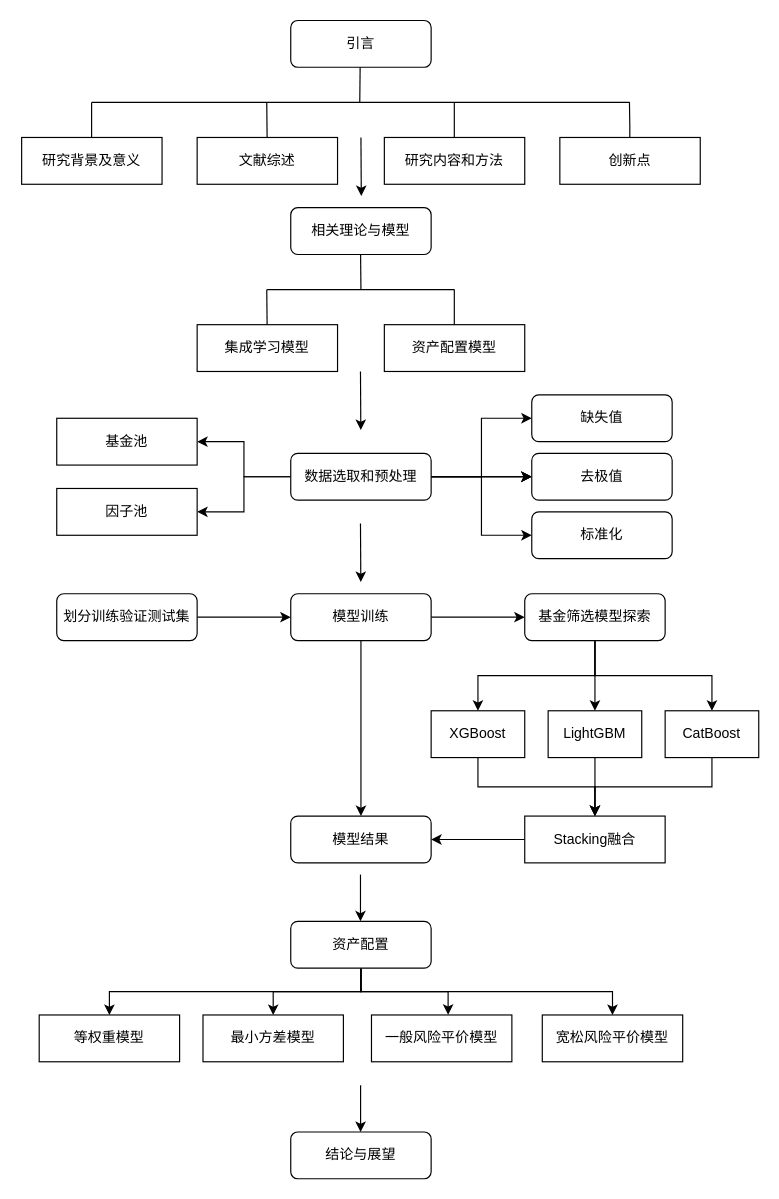
bxf9812/learngit keeps this draw.io diagram as 未命名绘图.drawio. Above is the earlier version. Source tidied: cells renumbered, new cells numbered last; positions are measured from the earlier drawing's top-left corner, leaving out a move shared by most shapes. Both pictures are drawn from the tidied source at 117%, with x=0, y=0 at pixel (21, 20).
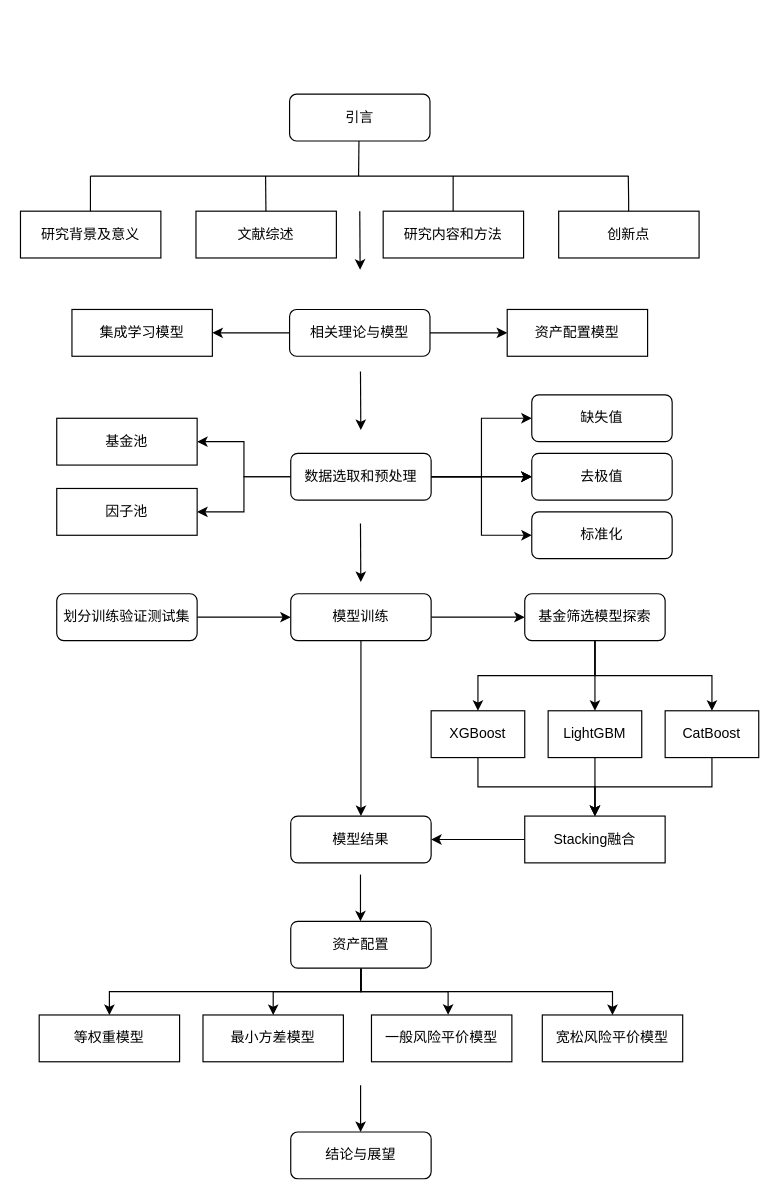
Above is the later version.

Commit message:
更新未命名绘图.drawio

Diff of the diagram source:
```diff
@@
     <mxCell id="2" value="引言" style="rounded=1;whiteSpace=wrap;html=1;fontSize=12;glass=0;strokeWidth=1;shadow=0;" parent="1" vertex="1">
-      <mxGeometry x="230" width="120" height="40" as="geometry" />
+      <mxGeometry x="229" y="63" width="120" height="40" as="geometry" />
     </mxCell>
+    <mxCell id="66" style="edgeStyle=orthogonalEdgeStyle;rounded=0;jettySize=auto;html=1;" parent="1" edge="1" source="3" target="15">
+      <mxGeometry relative="1" as="geometry" />
+    </mxCell>
+    <mxCell id="67" style="edgeStyle=orthogonalEdgeStyle;rounded=0;jettySize=auto;html=1;" parent="1" edge="1" source="3" target="16">
+      <mxGeometry relative="1" as="geometry" />
+    </mxCell>
     <mxCell id="3" value="相关理论与模型" style="rounded=1;whiteSpace=wrap;html=1;fontSize=12;glass=0;strokeWidth=1;shadow=0;" parent="1" vertex="1">
-      <mxGeometry x="230" y="160" width="120" height="40" as="geometry" />
+      <mxGeometry x="229" y="247" width="120" height="40" as="geometry" />
     </mxCell>
     <mxCell id="4" value="研究背景及意义" style="rounded=0;whiteSpace=wrap;html=1;" parent="1" vertex="1">
-      <mxGeometry y="100" width="120" height="40" as="geometry" />
+      <mxGeometry x="-1" y="163" width="120" height="40" as="geometry" />
     </mxCell>
     <mxCell id="5" style="endArrow=none;html=1;rounded=0;" parent="1" edge="1">
       <mxGeometry relative="1" as="geometry">
-        <mxPoint x="59.8" y="70" as="sourcePoint" />
-        <mxPoint x="519.8" y="70" as="targetPoint" />
+        <mxPoint x="58.8" y="133" as="sourcePoint" />
+        <mxPoint x="518.8" y="133" as="targetPoint" />
       </mxGeometry>
     </mxCell>
     <mxCell id="6" value="文献综述" style="rounded=0;whiteSpace=wrap;html=1;" parent="1" vertex="1">
-      <mxGeometry x="150" y="100" width="120" height="40" as="geometry" />
+      <mxGeometry x="149" y="163" width="120" height="40" as="geometry" />
     </mxCell>
     <mxCell id="7" value="研究内容和方法" style="rounded=0;whiteSpace=wrap;html=1;" parent="1" vertex="1">
-      <mxGeometry x="310" y="100" width="120" height="40" as="geometry" />
+      <mxGeometry x="309" y="163" width="120" height="40" as="geometry" />
     </mxCell>
     <mxCell id="8" value="创新点" style="rounded=0;whiteSpace=wrap;html=1;" parent="1" vertex="1">
-      <mxGeometry x="460" y="100" width="120" height="40" as="geometry" />
+      <mxGeometry x="459" y="163" width="120" height="40" as="geometry" />
     </mxCell>
     <mxCell id="9" style="endArrow=none;html=1;rounded=0;" parent="1" edge="1">
       <mxGeometry x="1" y="292" relative="1" as="geometry">
-        <mxPoint x="59.8" y="100" as="sourcePoint" />
-        <mxPoint x="59.8" y="70" as="targetPoint" />
+        <mxPoint x="58.8" y="163" as="sourcePoint" />
+        <mxPoint x="58.8" y="133" as="targetPoint" />
         <mxPoint x="22" y="-110" as="offset" />
       </mxGeometry>
     </mxCell>
     <mxCell id="10" style="endArrow=none;html=1;rounded=0;" parent="1" edge="1">
       <mxGeometry x="1" y="292" relative="1" as="geometry">
-        <mxPoint x="519.8" y="100" as="sourcePoint" />
-        <mxPoint x="519.5" y="70" as="targetPoint" />
+        <mxPoint x="518.8" y="163" as="sourcePoint" />
+        <mxPoint x="518.5" y="133" as="targetPoint" />
         <Array as="points">
-          <mxPoint x="519.8" y="90" />
+          <mxPoint x="518.8" y="153" />
         </Array>
         <mxPoint x="22" y="-110" as="offset" />
       </mxGeometry>
     </mxCell>
     <mxCell id="11" style="endArrow=none;html=1;rounded=0;" parent="1" edge="1">
       <mxGeometry x="1" y="292" relative="1" as="geometry">
-        <mxPoint x="369.8" y="100" as="sourcePoint" />
-        <mxPoint x="369.8" y="70" as="targetPoint" />
+        <mxPoint x="368.8" y="163" as="sourcePoint" />
+        <mxPoint x="368.8" y="133" as="targetPoint" />
         <mxPoint x="22" y="-110" as="offset" />
       </mxGeometry>
     </mxCell>
     <mxCell id="12" style="endArrow=none;html=1;rounded=0;" parent="1" edge="1">
       <mxGeometry x="1" y="292" relative="1" as="geometry">
-        <mxPoint x="209.8" y="100" as="sourcePoint" />
-        <mxPoint x="209.5" y="70" as="targetPoint" />
+        <mxPoint x="208.8" y="163" as="sourcePoint" />
+        <mxPoint x="208.5" y="133" as="targetPoint" />
         <mxPoint x="22" y="-110" as="offset" />
       </mxGeometry>
     </mxCell>
     <mxCell id="13" style="endArrow=classic;html=1;rounded=0;" parent="1" edge="1">
       <mxGeometry x="-1" y="10" relative="1" as="geometry">
-        <mxPoint x="290" y="100" as="sourcePoint" />
-        <mxPoint x="290.3" y="150" as="targetPoint" />
+        <mxPoint x="289" y="163" as="sourcePoint" />
+        <mxPoint x="289.3" y="213" as="targetPoint" />
         <mxPoint x="-10" y="-10" as="offset" />
       </mxGeometry>
     </mxCell>
-    <mxCell id="14" style="endArrow=none;html=1;rounded=0;" parent="1" edge="1">
-      <mxGeometry relative="1" as="geometry">
-        <mxPoint x="209.8" y="230" as="sourcePoint" />
-        <mxPoint x="369.8" y="230" as="targetPoint" />
-      </mxGeometry>
-    </mxCell>
     <mxCell id="15" value="集成学习模型" style="rounded=0;whiteSpace=wrap;html=1;" parent="1" vertex="1">
-      <mxGeometry x="150" y="260" width="120" height="40" as="geometry" />
+      <mxGeometry x="43" y="247" width="120" height="40" as="geometry" />
     </mxCell>
     <mxCell id="16" value="资产配置模型" style="rounded=0;whiteSpace=wrap;html=1;" parent="1" vertex="1">
-      <mxGeometry x="310" y="260" width="120" height="40" as="geometry" />
+      <mxGeometry x="415" y="247" width="120" height="40" as="geometry" />
     </mxCell>
-    <mxCell id="17" style="endArrow=none;html=1;rounded=0;" parent="1" edge="1">
-      <mxGeometry x="1" y="292" relative="1" as="geometry">
-        <mxPoint x="369.8" y="260" as="sourcePoint" />
-        <mxPoint x="369.8" y="230" as="targetPoint" />
-        <mxPoint x="22" y="-110" as="offset" />
-      </mxGeometry>
-    </mxCell>
-    <mxCell id="18" style="endArrow=none;html=1;rounded=0;" parent="1" edge="1">
-      <mxGeometry x="1" y="292" relative="1" as="geometry">
-        <mxPoint x="209.8" y="260" as="sourcePoint" />
-        <mxPoint x="209.5" y="230" as="targetPoint" />
-        <mxPoint x="22" y="-110" as="offset" />
-      </mxGeometry>
-    </mxCell>
     <mxCell id="19" style="endArrow=none;html=1;rounded=0;" parent="1" edge="1">
       <mxGeometry x="1" y="292" relative="1" as="geometry">
-        <mxPoint x="289" y="70" as="sourcePoint" />
-        <mxPoint x="289.3" y="40" as="targetPoint" />
+        <mxPoint x="288" y="133" as="sourcePoint" />
+        <mxPoint x="288.3" y="103" as="targetPoint" />
         <mxPoint x="22" y="-110" as="offset" />
       </mxGeometry>
     </mxCell>
-    <mxCell id="20" style="endArrow=none;html=1;rounded=0;" parent="1" edge="1">
-      <mxGeometry x="1" y="292" relative="1" as="geometry">
-        <mxPoint x="290" y="230" as="sourcePoint" />
-        <mxPoint x="289.7" y="200" as="targetPoint" />
-        <mxPoint x="22" y="-110" as="offset" />
-      </mxGeometry>
-    </mxCell>
```
